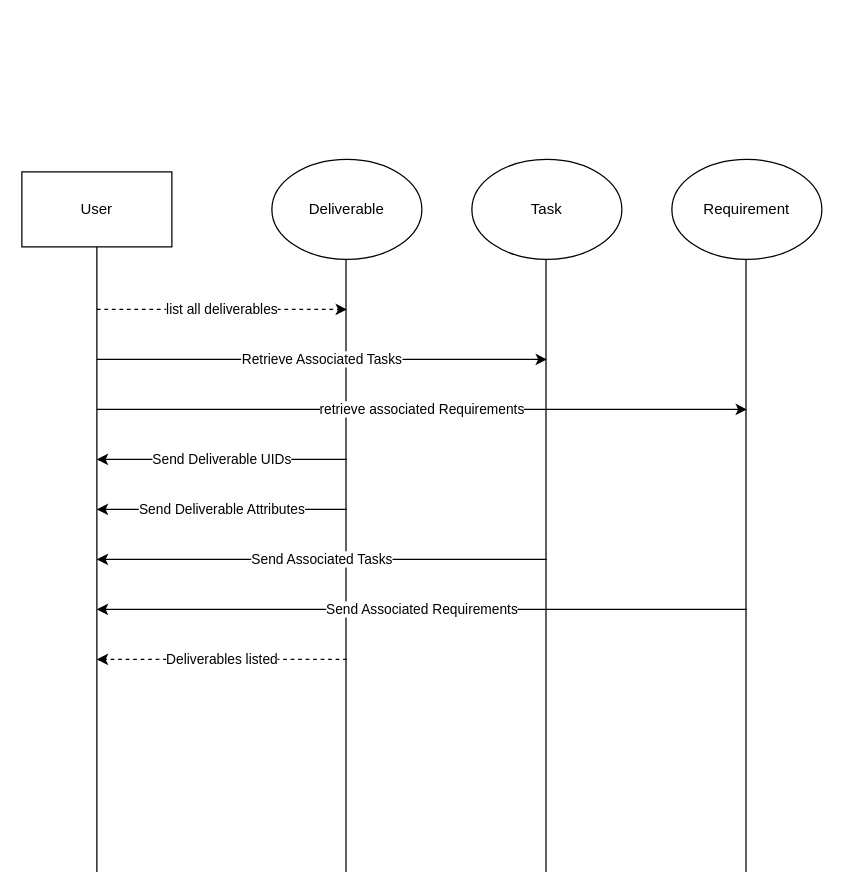
Earlier version of the draw.io diagram diagrams/list Deliverable.drawio (alicebalayan/comp380---project3). Source tidied: cells renumbered, new cells numbered last; positions are measured from the earlier drawing's top-left corner, leaving out a move shared by most shapes. Both pictures are drawn from the tidied source at 125%, with x=0, y=0 at pixel (21, 159).
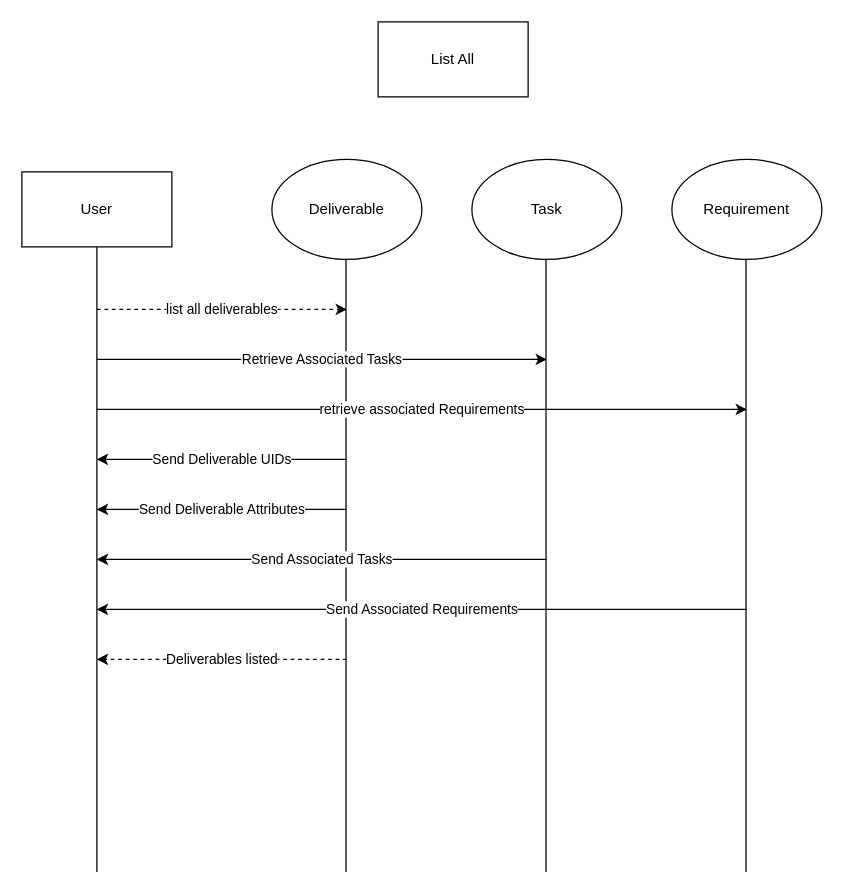
The same diagram, later.

What changed in the source:
```diff
@@
+    <mxCell id="18" value="List All" style="rounded=0;whiteSpace=wrap;html=1;" parent="1" vertex="1">
+      <mxGeometry x="285" y="-110" width="120" height="60" as="geometry" />
+    </mxCell>
```
